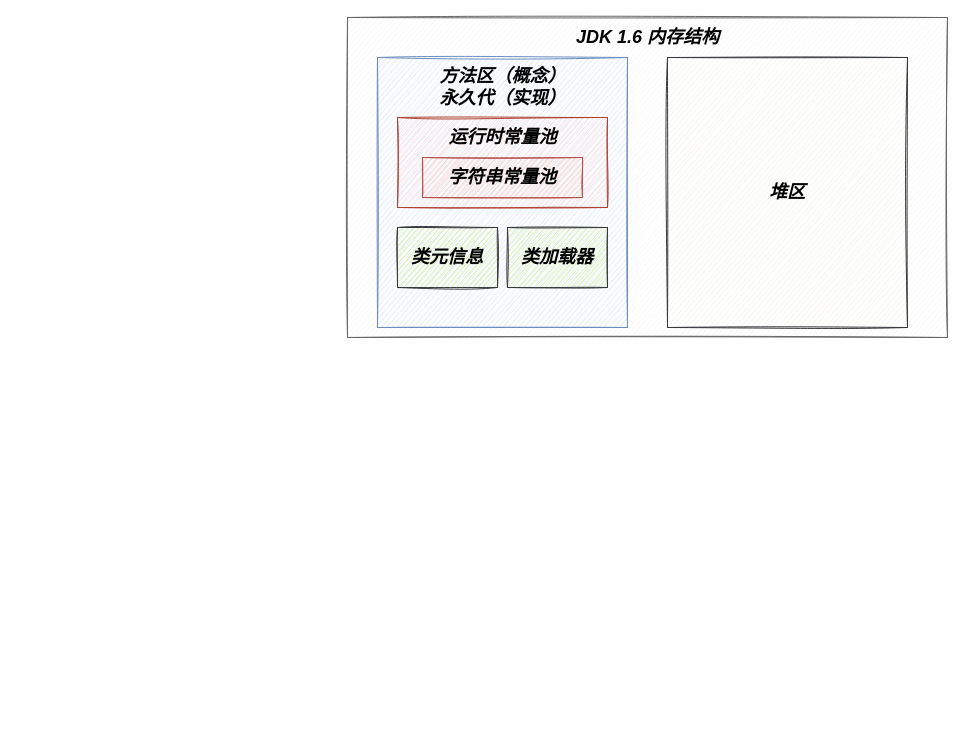
Above: Method.drawio in Bukayoooo/Draws (draw.io), before the change. Source tidied: cells renumbered, new cells numbered last; positions are measured from the earlier drawing's top-left corner, leaving out a move shared by most shapes. Both pictures are drawn from the tidied source at 100%, with x=0, y=0 at pixel (347, 17).
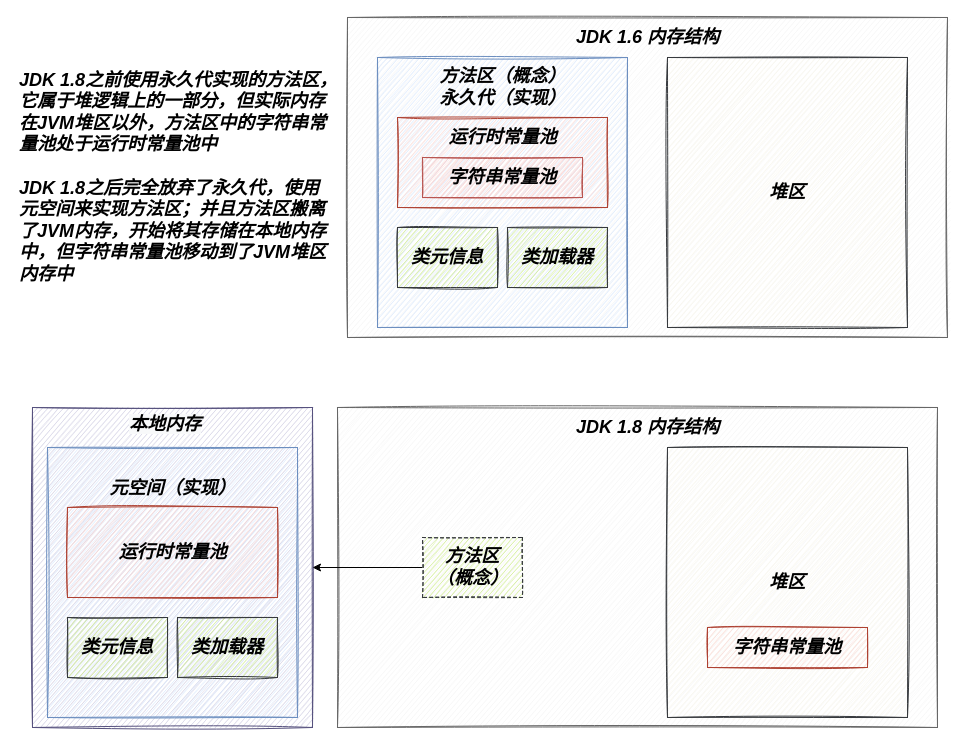
Above is the later version.

What changed in the source:
```diff
@@
+    <mxCell id="12" style="rounded=0;whiteSpace=wrap;html=1;shadow=0;sketch=1;fontSize=18;fillColor=#d0cee2;strokeColor=#56517e;" parent="1" vertex="1">
+      <mxGeometry x="-315" y="390" width="280" height="320" as="geometry" />
+    </mxCell>
+    <mxCell id="13" style="rounded=0;whiteSpace=wrap;html=1;fillColor=#f5f5f5;fontColor=#333333;strokeColor=#666666;sketch=1;" parent="1" vertex="1">
+      <mxGeometry x="-10" y="390" width="600" height="320" as="geometry" />
+    </mxCell>
+    <mxCell id="14" value="&lt;b&gt;&lt;i&gt;堆区&lt;/i&gt;&lt;/b&gt;" style="rounded=0;whiteSpace=wrap;html=1;sketch=1;fontSize=18;fillColor=#f9f7ed;strokeColor=#36393d;shadow=0;" parent="1" vertex="1">
+      <mxGeometry x="320" y="430" width="240" height="270" as="geometry" />
+    </mxCell>
@@
+    <mxCell id="15" value="&lt;font style=&quot;font-size: 18px;&quot;&gt;&lt;b&gt;&lt;i&gt;JDK 1.8 内存结构&lt;/i&gt;&lt;/b&gt;&lt;/font&gt;" style="text;html=1;align=center;verticalAlign=middle;strokeColor=none;fillColor=none;" parent="1" vertex="1">
+      <mxGeometry x="220" y="400" width="160" height="20" as="geometry" />
+    </mxCell>
+    <mxCell id="16" style="rounded=0;whiteSpace=wrap;html=1;sketch=1;fontSize=18;fillColor=#dae8fc;strokeColor=#6c8ebf;" parent="1" vertex="1">
+      <mxGeometry x="-300" y="430" width="250" height="270" as="geometry" />
+    </mxCell>
+    <mxCell id="17" value="&lt;font style=&quot;font-size: 18px;&quot;&gt;&lt;b&gt;&lt;i&gt;&lt;br&gt;元空间（实现）&lt;br&gt;&lt;/i&gt;&lt;/b&gt;&lt;/font&gt;" style="text;html=1;align=center;verticalAlign=middle;strokeColor=none;fillColor=none;" parent="1" vertex="1">
+      <mxGeometry x="-245" y="440" width="140" height="40" as="geometry" />
+    </mxCell>
+    <mxCell id="18" style="rounded=0;whiteSpace=wrap;html=1;sketch=1;fontSize=18;fillColor=#fad9d5;strokeColor=#ae4132;" parent="1" vertex="1">
+      <mxGeometry x="-280" y="490" width="210" height="90" as="geometry" />
+    </mxCell>
+    <mxCell id="19" value="&lt;font style=&quot;font-size: 18px;&quot;&gt;&lt;b&gt;&lt;i&gt;运行时常量池&lt;/i&gt;&lt;/b&gt;&lt;/font&gt;" style="text;html=1;align=center;verticalAlign=middle;strokeColor=none;fillColor=none;" parent="1" vertex="1">
+      <mxGeometry x="-235" y="525" width="120" height="20" as="geometry" />
+    </mxCell>
+    <mxCell id="20" value="&lt;b&gt;&lt;i&gt;字符串常量池&lt;/i&gt;&lt;/b&gt;" style="rounded=0;whiteSpace=wrap;html=1;sketch=1;fontSize=18;fillColor=#fad9d5;strokeColor=#ae4132;" parent="1" vertex="1">
+      <mxGeometry x="360" y="610" width="160" height="40" as="geometry" />
+    </mxCell>
+    <mxCell id="21" value="&lt;b&gt;&lt;i&gt;类元信息&lt;/i&gt;&lt;/b&gt;" style="rounded=0;whiteSpace=wrap;html=1;sketch=1;fontSize=18;fillColor=#cdeb8b;strokeColor=#36393d;" parent="1" vertex="1">
+      <mxGeometry x="-280" y="600" width="100" height="60" as="geometry" />
+    </mxCell>
+    <mxCell id="22" value="&lt;b&gt;&lt;i&gt;类加载器&lt;/i&gt;&lt;/b&gt;" style="rounded=0;whiteSpace=wrap;html=1;sketch=1;fontSize=18;fillColor=#cdeb8b;strokeColor=#36393d;" parent="1" vertex="1">
+      <mxGeometry x="-170" y="600" width="100" height="60" as="geometry" />
+    </mxCell>
+    <mxCell id="23" value="&lt;b style=&quot;color: rgb(0, 0, 0); font-family: Helvetica; font-size: 18px; font-style: normal; font-variant-ligatures: normal; font-variant-caps: normal; letter-spacing: normal; orphans: 2; text-align: center; text-indent: 0px; text-transform: none; widows: 2; word-spacing: 0px; -webkit-text-stroke-width: 0px; background-color: rgb(248, 249, 250); text-decoration-thickness: initial; text-decoration-style: initial; text-decoration-color: initial;&quot;&gt;&lt;i&gt;本地内存&lt;/i&gt;&lt;/b&gt;" style="text;whiteSpace=wrap;html=1;fontSize=18;" parent="1" vertex="1">
+      <mxGeometry x="-220" y="390" width="170" height="40" as="geometry" />
+    </mxCell>
+    <mxCell id="24" style="edgeStyle=orthogonalEdgeStyle;rounded=0;jettySize=auto;html=1;fontSize=18;" parent="1" edge="1" source="25" target="12">
+      <mxGeometry relative="1" as="geometry" />
+    </mxCell>
+    <mxCell id="25" value="&lt;b style=&quot;&quot;&gt;&lt;i&gt;方法区&lt;br&gt;（概念）&lt;/i&gt;&lt;/b&gt;" style="rounded=0;whiteSpace=wrap;html=1;sketch=1;fontSize=18;fillColor=#cdeb8b;strokeColor=#36393d;dashed=1;" parent="1" vertex="1">
+      <mxGeometry x="75" y="520" width="100" height="60" as="geometry" />
+    </mxCell>
+    <mxCell id="26" value="&lt;font style=&quot;font-size: 18px;&quot;&gt;&lt;b&gt;&lt;i&gt;JDK 1.8之前使用永久代实现的方法区，&lt;br&gt;它属于堆逻辑上的一部分，但实际内存&lt;br&gt;在JVM堆区以外，方法区中的字符串常&lt;br&gt;量池处于运行时常量池中&lt;br&gt;&lt;br&gt;JDK 1.8之后完全放弃了永久代，使用&lt;br&gt;元空间来实现方法区；并且方法区搬离&lt;br&gt;了JVM内存，开始将其存储在本地内存&lt;br&gt;中，但字符串常量池移动到了JVM堆区&lt;br&gt;内存中&lt;br&gt;&lt;/i&gt;&lt;/b&gt;&lt;/font&gt;" style="text;html=1;align=left;verticalAlign=middle;strokeColor=none;fillColor=none;" parent="1" vertex="1">
+      <mxGeometry x="-330" y="75" width="330" height="170" as="geometry" />
+    </mxCell>
```
